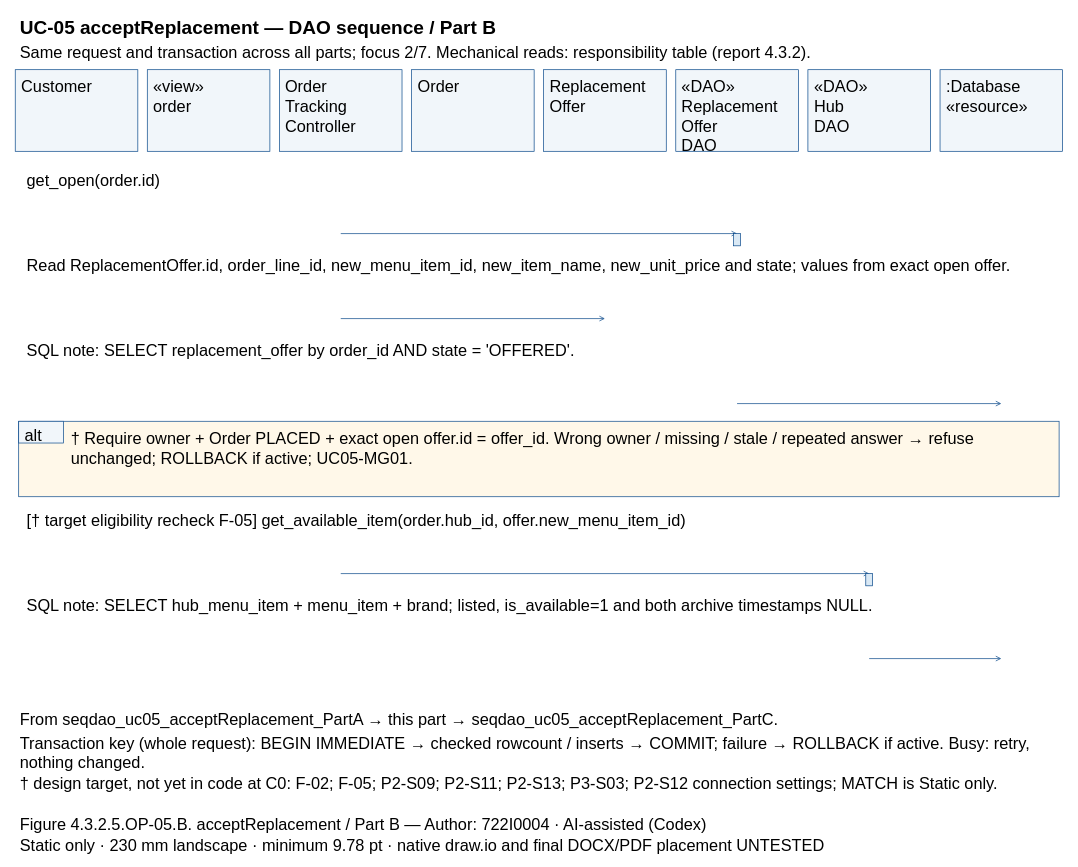
Before: models/UC-05/seqdao_uc05_acceptReplacement_PartB.drawio in Dat071104/SaigonBite, a draw.io diagram. Source tidied: cells renumbered, new cells numbered last; positions are measured from the earlier drawing's top-left corner, leaving out a move shared by most shapes. Both pictures are drawn from the tidied source at 68%, with x=0, y=0 at pixel (15, 12).
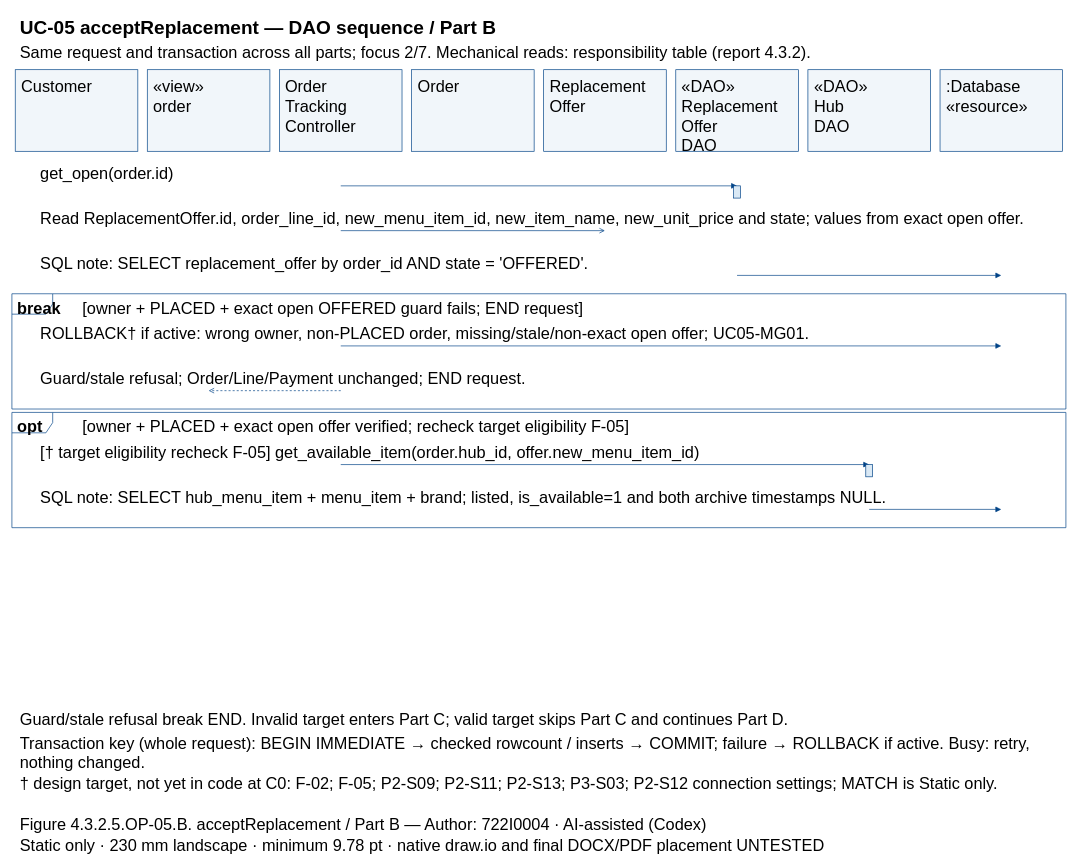
The same page after the edit.

The edit, as a diff of the source:
```diff
@@
+    <mxCell id="51" style="shape=umlFrame;fillColor=none;strokeColor=#004387;" parent="1" vertex="1">
+      <mxGeometry x="-5" y="414.5" width="1550" height="169.5" as="geometry" />
+    </mxCell>
+    <mxCell id="52" style="shape=umlFrame;fillColor=none;strokeColor=#004387;" parent="1" vertex="1">
+      <mxGeometry x="-5" y="589" width="1550" height="169.5" as="geometry" />
+    </mxCell>
@@
-    <mxCell id="5" value="Customer" style="text;html=0;whiteSpace=wrap;align=left;verticalAlign=top;strokeColor=none;fillColor=none;fontFamily=Arial;fontSize=24;fontStyle=0;" parent="1" vertex="1">
-      <mxGeometry x="6.9" y="90" width="166.3" height="27.8" as="geometry" />
-    </mxCell>
+    <mxCell id="7" value="Customer" style="text;html=0;whiteSpace=wrap;align=left;verticalAlign=top;strokeColor=none;fillColor=none;fontFamily=Arial;fontSize=24;fontStyle=0;" parent="1" vertex="1">
+      <mxGeometry x="6.9" y="90" width="166.3" height="27.8" as="geometry" />
+    </mxCell>
@@
-    <mxCell id="7" value="«view»&#10;order" style="text;html=0;whiteSpace=wrap;align=left;verticalAlign=top;strokeColor=none;fillColor=none;fontFamily=Arial;fontSize=24;fontStyle=0;" parent="1" vertex="1">
-      <mxGeometry x="201.1" y="90" width="166.3" height="55.7" as="geometry" />
-    </mxCell>
+    <mxCell id="9" value="«view»&#10;order" style="text;html=0;whiteSpace=wrap;align=left;verticalAlign=top;strokeColor=none;fillColor=none;fontFamily=Arial;fontSize=24;fontStyle=0;" parent="1" vertex="1">
+      <mxGeometry x="201.1" y="90" width="166.3" height="55.7" as="geometry" />
+    </mxCell>
@@
-    <mxCell id="9" value="Order&#10;Tracking&#10;Controller" style="text;html=0;whiteSpace=wrap;align=left;verticalAlign=top;strokeColor=none;fillColor=none;fontFamily=Arial;fontSize=24;fontStyle=0;" parent="1" vertex="1">
-      <mxGeometry x="395.4" y="90" width="166.3" height="83.5" as="geometry" />
-    </mxCell>
+    <mxCell id="11" value="Order&#10;Tracking&#10;Controller" style="text;html=0;whiteSpace=wrap;align=left;verticalAlign=top;strokeColor=none;fillColor=none;fontFamily=Arial;fontSize=24;fontStyle=0;" parent="1" vertex="1">
+      <mxGeometry x="395.4" y="90" width="166.3" height="83.5" as="geometry" />
+    </mxCell>
@@
-    <mxCell id="11" value="Order" style="text;html=0;whiteSpace=wrap;align=left;verticalAlign=top;strokeColor=none;fillColor=none;fontFamily=Arial;fontSize=24;fontStyle=0;" parent="1" vertex="1">
-      <mxGeometry x="589.7" y="90" width="166.3" height="27.8" as="geometry" />
-    </mxCell>
+    <mxCell id="13" value="Order" style="text;html=0;whiteSpace=wrap;align=left;verticalAlign=top;strokeColor=none;fillColor=none;fontFamily=Arial;fontSize=24;fontStyle=0;" parent="1" vertex="1">
+      <mxGeometry x="589.7" y="90" width="166.3" height="27.8" as="geometry" />
+    </mxCell>
@@
-    <mxCell id="13" value="Replacement&#10;Offer" style="text;html=0;whiteSpace=wrap;align=left;verticalAlign=top;strokeColor=none;fillColor=none;fontFamily=Arial;fontSize=24;fontStyle=0;" parent="1" vertex="1">
-      <mxGeometry x="784" y="90" width="166.3" height="55.7" as="geometry" />
-    </mxCell>
+    <mxCell id="15" value="Replacement&#10;Offer" style="text;html=0;whiteSpace=wrap;align=left;verticalAlign=top;strokeColor=none;fillColor=none;fontFamily=Arial;fontSize=24;fontStyle=0;" parent="1" vertex="1">
+      <mxGeometry x="784" y="90" width="166.3" height="55.7" as="geometry" />
+    </mxCell>
@@
-    <mxCell id="15" value="«DAO»&#10;Replacement&#10;Offer&#10;DAO" style="text;html=0;whiteSpace=wrap;align=left;verticalAlign=top;strokeColor=none;fillColor=none;fontFamily=Arial;fontSize=24;fontStyle=0;" parent="1" vertex="1">
-      <mxGeometry x="978.3" y="90" width="166.3" height="111.4" as="geometry" />
-    </mxCell>
+    <mxCell id="17" value="«DAO»&#10;Replacement&#10;Offer&#10;DAO" style="text;html=0;whiteSpace=wrap;align=left;verticalAlign=top;strokeColor=none;fillColor=none;fontFamily=Arial;fontSize=24;fontStyle=0;" parent="1" vertex="1">
+      <mxGeometry x="978.3" y="90" width="166.3" height="111.4" as="geometry" />
+    </mxCell>
@@
-    <mxCell id="17" value="«DAO»&#10;Hub&#10;DAO" style="text;html=0;whiteSpace=wrap;align=left;verticalAlign=top;strokeColor=none;fillColor=none;fontFamily=Arial;fontSize=24;fontStyle=0;" parent="1" vertex="1">
-      <mxGeometry x="1172.6" y="90" width="166.3" height="83.5" as="geometry" />
-    </mxCell>
+    <mxCell id="19" value="«DAO»&#10;Hub&#10;DAO" style="text;html=0;whiteSpace=wrap;align=left;verticalAlign=top;strokeColor=none;fillColor=none;fontFamily=Arial;fontSize=24;fontStyle=0;" parent="1" vertex="1">
+      <mxGeometry x="1172.6" y="90" width="166.3" height="83.5" as="geometry" />
+    </mxCell>
@@
-    <mxCell id="19" value=":Database&#10;«resource»" style="text;html=0;whiteSpace=wrap;align=left;verticalAlign=top;strokeColor=none;fillColor=none;fontFamily=Arial;fontSize=24;fontStyle=0;" parent="1" vertex="1">
-      <mxGeometry x="1366.9" y="90" width="166.3" height="55.7" as="geometry" />
-    </mxCell>
+    <mxCell id="53" value=":Database&#10;«resource»" style="text;html=0;whiteSpace=wrap;align=left;verticalAlign=top;strokeColor=none;fillColor=none;fontFamily=Arial;fontSize=24;fontStyle=0;" parent="1" vertex="1">
+      <mxGeometry x="1366.9" y="90" width="166.3" height="55.7" as="geometry" />
+    </mxCell>
+    <mxCell id="54" value="break" style="text;html=0;whiteSpace=wrap;align=left;verticalAlign=top;strokeColor=none;fillColor=none;fontFamily=Arial;fontSize=24;fontStyle=1;" parent="1" vertex="1">
+      <mxGeometry x="1" y="415.5" width="84" height="27.8" as="geometry" />
+    </mxCell>
+    <mxCell id="55" value="[owner + PLACED + exact open OFFERED guard fails; END request]" style="text;html=0;whiteSpace=wrap;align=left;verticalAlign=top;strokeColor=none;fillColor=none;fontFamily=Arial;fontSize=24;fontStyle=0;" parent="1" vertex="1">
+      <mxGeometry x="97" y="415.5" width="1438" height="27.8" as="geometry" />
+    </mxCell>
+    <mxCell id="56" value="opt" style="text;html=0;whiteSpace=wrap;align=left;verticalAlign=top;strokeColor=none;fillColor=none;fontFamily=Arial;fontSize=24;fontStyle=1;" parent="1" vertex="1">
+      <mxGeometry x="1" y="590" width="84" height="27.8" as="geometry" />
+    </mxCell>
+    <mxCell id="57" value="[owner + PLACED + exact open offer verified; recheck target eligibility F-05]" style="text;html=0;whiteSpace=wrap;align=left;verticalAlign=top;strokeColor=none;fillColor=none;fontFamily=Arial;fontSize=24;fontStyle=0;" parent="1" vertex="1">
+      <mxGeometry x="97" y="590" width="1438" height="27.8" as="geometry" />
+    </mxCell>
     <mxCell id="20" value="get_open(order.id)" style="text;html=0;whiteSpace=wrap;align=left;verticalAlign=top;strokeColor=none;fillColor=none;fontFamily=Arial;fontSize=24;fontStyle=0;" parent="1" vertex="1">
-      <mxGeometry x="15" y="227" width="1510" height="27.8" as="geometry" />
+      <mxGeometry x="35" y="217" width="1470" height="27.8" as="geometry" />
     </mxCell>
     <mxCell id="21" style="opacity=0;" parent="1" vertex="1">
-      <mxGeometry x="478.6" y="326" as="geometry" />
+      <mxGeometry x="478.6" y="255.8" as="geometry" />
     </mxCell>
     <mxCell id="22" style="opacity=0;" parent="1" vertex="1">
-      <mxGeometry x="1061.4" y="326" as="geometry" />
+      <mxGeometry x="1061.4" y="255.8" as="geometry" />
     </mxCell>
-    <mxCell id="23" style="edgeStyle=none;endArrow=open;strokeColor=#004387;exitX=0.5;entryX=0.5;exitPerimeter=0;entryPerimeter=0;" parent="1" edge="1" source="21" target="22">
+    <mxCell id="23" style="edgeStyle=none;endArrow=block;endFill=1;strokeColor=#004387;exitX=0.5;entryX=0.5;exitPerimeter=0;entryPerimeter=0;" parent="1" edge="1" source="21" target="22">
       <mxGeometry relative="1" as="geometry" />
     </mxCell>
-    <mxCell id="24" style="fillColor=#DAE9F5;strokeColor=#004387;" parent="1" vertex="1">
-      <mxGeometry x="1056.4" y="326" width="10" height="18" as="geometry" />
-    </mxCell>
-    <mxCell id="25" value="Read ReplacementOffer.id, order_line_id, new_menu_item_id, new_item_name, new_unit_price and state; values from exact open offer." style="text;html=0;whiteSpace=wrap;align=left;verticalAlign=top;strokeColor=none;fillColor=none;fontFamily=Arial;fontSize=24;fontStyle=0;" parent="1" vertex="1">
-      <mxGeometry x="15" y="352" width="1510" height="27.8" as="geometry" />
-    </mxCell>
+    <mxCell id="34" style="fillColor=#DAE9F5;strokeColor=#004387;" parent="1" vertex="1">
+      <mxGeometry x="1056.4" y="255.8" width="10" height="18" as="geometry" />
+    </mxCell>
+    <mxCell id="35" value="Read ReplacementOffer.id, order_line_id, new_menu_item_id, new_item_name, new_unit_price and state; values from exact open offer." style="text;html=0;whiteSpace=wrap;align=left;verticalAlign=top;strokeColor=none;fillColor=none;fontFamily=Arial;fontSize=24;fontStyle=0;" parent="1" vertex="1">
+      <mxGeometry x="35" y="282.8" width="1470" height="27.8" as="geometry" />
+    </mxCell>
     <mxCell id="26" style="opacity=0;" parent="1" vertex="1">
-      <mxGeometry x="478.6" y="451" as="geometry" />
+      <mxGeometry x="478.6" y="321.7" as="geometry" />
     </mxCell>
     <mxCell id="27" style="opacity=0;" parent="1" vertex="1">
-      <mxGeometry x="867.1" y="451" as="geometry" />
+      <mxGeometry x="867.1" y="321.7" as="geometry" />
     </mxCell>
-    <mxCell id="28" style="edgeStyle=none;endArrow=open;strokeColor=#004387;exitX=0.5;entryX=0.5;exitPerimeter=0;entryPerimeter=0;" parent="1" edge="1" source="26" target="27">
+    <mxCell id="28" style="edgeStyle=none;endArrow=open;endFill=0;strokeColor=#004387;exitX=0.5;entryX=0.5;exitPerimeter=0;entryPerimeter=0;" parent="1" edge="1" source="26" target="27">
       <mxGeometry relative="1" as="geometry" />
     </mxCell>
-    <mxCell id="29" value="SQL note: SELECT replacement_offer by order_id AND state = 'OFFERED'." style="text;html=0;whiteSpace=wrap;align=left;verticalAlign=top;strokeColor=none;fillColor=none;fontFamily=Arial;fontSize=24;fontStyle=0;" parent="1" vertex="1">
-      <mxGeometry x="15" y="477" width="1510" height="27.8" as="geometry" />
-    </mxCell>
+    <mxCell id="37" value="SQL note: SELECT replacement_offer by order_id AND state = 'OFFERED'." style="text;html=0;whiteSpace=wrap;align=left;verticalAlign=top;strokeColor=none;fillColor=none;fontFamily=Arial;fontSize=24;fontStyle=0;" parent="1" vertex="1">
+      <mxGeometry x="35" y="348.7" width="1470" height="27.8" as="geometry" />
+    </mxCell>
     <mxCell id="30" style="opacity=0;" parent="1" vertex="1">
-      <mxGeometry x="1061.4" y="576" as="geometry" />
+      <mxGeometry x="1061.4" y="387.5" as="geometry" />
     </mxCell>
     <mxCell id="31" style="opacity=0;" parent="1" vertex="1">
-      <mxGeometry x="1450" y="576" as="geometry" />
+      <mxGeometry x="1450" y="387.5" as="geometry" />
     </mxCell>
-    <mxCell id="32" style="edgeStyle=none;endArrow=open;strokeColor=#004387;exitX=0.5;entryX=0.5;exitPerimeter=0;entryPerimeter=0;" parent="1" edge="1" source="30" target="31">
+    <mxCell id="32" style="edgeStyle=none;endArrow=block;endFill=1;strokeColor=#004387;exitX=0.5;entryX=0.5;exitPerimeter=0;entryPerimeter=0;" parent="1" edge="1" source="30" target="31">
       <mxGeometry relative="1" as="geometry" />
     </mxCell>
-    <mxCell id="33" style="fillColor=#FFF8E9;strokeColor=#004387;" parent="1" vertex="1">
-      <mxGeometry x="5" y="602" width="1530" height="111" as="geometry" />
-    </mxCell>
-    <mxCell id="34" style="fillColor=#F1F6FA;strokeColor=#004387;" parent="1" vertex="1">
-      <mxGeometry x="5" y="602" width="66" height="32" as="geometry" />
-    </mxCell>
-    <mxCell id="35" value="alt" style="text;html=0;whiteSpace=wrap;align=left;verticalAlign=top;strokeColor=none;fillColor=none;fontFamily=Arial;fontSize=24;fontStyle=0;" parent="1" vertex="1">
-      <mxGeometry x="12" y="602" width="56" height="27.8" as="geometry" />
-    </mxCell>
-    <mxCell id="36" value="† Require owner + Order PLACED + exact open offer.id = offer_id. Wrong owner / missing / stale / repeated answer → refuse&#10;unchanged; ROLLBACK if active; UC05-MG01." style="text;html=0;whiteSpace=wrap;align=left;verticalAlign=top;strokeColor=none;fillColor=none;fontFamily=Arial;fontSize=24;fontStyle=0;" parent="1" vertex="1">
-      <mxGeometry x="80" y="607" width="1440" height="55.7" as="geometry" />
-    </mxCell>
-    <mxCell id="37" value="[† target eligibility recheck F-05] get_available_item(order.hub_id, offer.new_menu_item_id)" style="text;html=0;whiteSpace=wrap;align=left;verticalAlign=top;strokeColor=none;fillColor=none;fontFamily=Arial;fontSize=24;fontStyle=0;" parent="1" vertex="1">
-      <mxGeometry x="15" y="727" width="1510" height="27.8" as="geometry" />
-    </mxCell>
+    <mxCell id="58" value="ROLLBACK† if active: wrong owner, non-PLACED order, missing/stale/non-exact open offer; UC05-MG01." style="text;html=0;whiteSpace=wrap;align=left;verticalAlign=top;strokeColor=none;fillColor=none;fontFamily=Arial;fontSize=24;fontStyle=0;" parent="1" vertex="1">
+      <mxGeometry x="35" y="452.4" width="1470" height="27.8" as="geometry" />
+    </mxCell>
+    <mxCell id="59" style="opacity=0;" parent="1" vertex="1">
+      <mxGeometry x="478.6" y="491.2" as="geometry" />
+    </mxCell>
+    <mxCell id="60" style="opacity=0;" parent="1" vertex="1">
+      <mxGeometry x="1450" y="491.2" as="geometry" />
+    </mxCell>
+    <mxCell id="61" style="edgeStyle=none;endArrow=block;endFill=1;strokeColor=#004387;exitX=0.5;entryX=0.5;exitPerimeter=0;entryPerimeter=0;" parent="1" edge="1" source="59" target="60">
+      <mxGeometry relative="1" as="geometry" />
+    </mxCell>
+    <mxCell id="62" value="Guard/stale refusal; Order/Line/Payment unchanged; END request." style="text;html=0;whiteSpace=wrap;align=left;verticalAlign=top;strokeColor=none;fillColor=none;fontFamily=Arial;fontSize=24;fontStyle=0;" parent="1" vertex="1">
+      <mxGeometry x="35" y="518.2" width="1470" height="27.8" as="geometry" />
+    </mxCell>
     <mxCell id="38" style="opacity=0;" parent="1" vertex="1">
-      <mxGeometry x="478.6" y="826" as="geometry" />
+      <mxGeometry x="478.6" y="557" as="geometry" />
     </mxCell>
     <mxCell id="39" style="opacity=0;" parent="1" vertex="1">
-      <mxGeometry x="1255.7" y="826" as="geometry" />
+      <mxGeometry x="284.3" y="557" as="geometry" />
     </mxCell>
-    <mxCell id="40" style="edgeStyle=none;endArrow=open;strokeColor=#004387;exitX=0.5;entryX=0.5;exitPerimeter=0;entryPerimeter=0;" parent="1" edge="1" source="38" target="39">
+    <mxCell id="40" style="edgeStyle=none;endArrow=open;endFill=0;strokeColor=#004387;dashed=1;exitX=0.5;entryX=0.5;exitPerimeter=0;entryPerimeter=0;" parent="1" edge="1" source="38" target="39">
       <mxGeometry relative="1" as="geometry" />
     </mxCell>
-    <mxCell id="41" style="fillColor=#DAE9F5;strokeColor=#004387;" parent="1" vertex="1">
-      <mxGeometry x="1250.7" y="826" width="10" height="18" as="geometry" />
-    </mxCell>
-    <mxCell id="42" value="SQL note: SELECT hub_menu_item + menu_item + brand; listed, is_available=1 and both archive timestamps NULL." style="text;html=0;whiteSpace=wrap;align=left;verticalAlign=top;strokeColor=none;fillColor=none;fontFamily=Arial;fontSize=24;fontStyle=0;" parent="1" vertex="1">
-      <mxGeometry x="15" y="852" width="1510" height="27.8" as="geometry" />
-    </mxCell>
+    <mxCell id="47" value="[† target eligibility recheck F-05] get_available_item(order.hub_id, offer.new_menu_item_id)" style="text;html=0;whiteSpace=wrap;align=left;verticalAlign=top;strokeColor=none;fillColor=none;fontFamily=Arial;fontSize=24;fontStyle=0;" parent="1" vertex="1">
+      <mxGeometry x="35" y="626.9" width="1470" height="27.8" as="geometry" />
+    </mxCell>
     <mxCell id="43" style="opacity=0;" parent="1" vertex="1">
-      <mxGeometry x="1255.7" y="951" as="geometry" />
+      <mxGeometry x="478.6" y="665.7" as="geometry" />
     </mxCell>
     <mxCell id="44" style="opacity=0;" parent="1" vertex="1">
-      <mxGeometry x="1450" y="951" as="geometry" />
+      <mxGeometry x="1255.7" y="665.7" as="geometry" />
     </mxCell>
-    <mxCell id="45" style="edgeStyle=none;endArrow=open;strokeColor=#004387;exitX=0.5;entryX=0.5;exitPerimeter=0;entryPerimeter=0;" parent="1" edge="1" source="43" target="44">
+    <mxCell id="45" style="edgeStyle=none;endArrow=block;endFill=1;strokeColor=#004387;exitX=0.5;entryX=0.5;exitPerimeter=0;entryPerimeter=0;" parent="1" edge="1" source="43" target="44">
       <mxGeometry relative="1" as="geometry" />
     </mxCell>
-    <mxCell id="46" value="From seqdao_uc05_acceptReplacement_PartA → this part → seqdao_uc05_acceptReplacement_PartC." style="text;html=0;whiteSpace=wrap;align=left;verticalAlign=top;strokeColor=none;fillColor=none;fontFamily=Arial;fontSize=24;fontStyle=0;" parent="1" vertex="1">
-      <mxGeometry x="5" y="1020" width="1530" height="27.8" as="geometry" />
-    </mxCell>
-    <mxCell id="47" value="Transaction key (whole request): BEGIN IMMEDIATE → checked rowcount / inserts → COMMIT; failure → ROLLBACK if active. Busy: retry,&#10;nothing changed." style="text;html=0;whiteSpace=wrap;align=left;verticalAlign=top;strokeColor=none;fillColor=none;fontFamily=Arial;fontSize=24;fontStyle=0;" parent="1" vertex="1">
-      <mxGeometry x="5" y="1055" width="1530" height="55.7" as="geometry" />
-    </mxCell>
+    <mxCell id="63" style="fillColor=#DAE9F5;strokeColor=#004387;" parent="1" vertex="1">
+      <mxGeometry x="1250.7" y="665.7" width="10" height="18" as="geometry" />
+    </mxCell>
+    <mxCell id="50" value="SQL note: SELECT hub_menu_item + menu_item + brand; listed, is_available=1 and both archive timestamps NULL." style="text;html=0;whiteSpace=wrap;align=left;verticalAlign=top;strokeColor=none;fillColor=none;fontFamily=Arial;fontSize=24;fontStyle=0;" parent="1" vertex="1">
+      <mxGeometry x="35" y="692.7" width="1470" height="27.8" as="geometry" />
+    </mxCell>
+    <mxCell id="64" style="opacity=0;" parent="1" vertex="1">
+      <mxGeometry x="1255.7" y="731.6" as="geometry" />
+    </mxCell>
+    <mxCell id="65" style="opacity=0;" parent="1" vertex="1">
+      <mxGeometry x="1450" y="731.6" as="geometry" />
+    </mxCell>
+    <mxCell id="66" style="edgeStyle=none;endArrow=block;endFill=1;strokeColor=#004387;exitX=0.5;entryX=0.5;exitPerimeter=0;entryPerimeter=0;" parent="1" edge="1" source="64" target="65">
+      <mxGeometry relative="1" as="geometry" />
+    </mxCell>
+    <mxCell id="67" value="Guard/stale refusal break END. Invalid target enters Part C; valid target skips Part C and continues Part D." style="text;html=0;whiteSpace=wrap;align=left;verticalAlign=top;strokeColor=none;fillColor=none;fontFamily=Arial;fontSize=24;fontStyle=0;" parent="1" vertex="1">
+      <mxGeometry x="5" y="1020" width="1530" height="27.8" as="geometry" />
+    </mxCell>
+    <mxCell id="68" value="Transaction key (whole request): BEGIN IMMEDIATE → checked rowcount / inserts → COMMIT; failure → ROLLBACK if active. Busy: retry,&#10;nothing changed." style="text;html=0;whiteSpace=wrap;align=left;verticalAlign=top;strokeColor=none;fillColor=none;fontFamily=Arial;fontSize=24;fontStyle=0;" parent="1" vertex="1">
+      <mxGeometry x="5" y="1055" width="1530" height="55.7" as="geometry" />
+    </mxCell>
@@
-    <mxCell id="50" value="Static only · 230 mm landscape · minimum 9.78 pt · native draw.io and final DOCX/PDF placement UNTESTED" style="text;html=0;whiteSpace=wrap;align=left;verticalAlign=top;strokeColor=none;fillColor=none;fontFamily=Arial;fontSize=24;fontStyle=0;" parent="1" vertex="1">
-      <mxGeometry x="5" y="1205" width="1530" height="27.8" as="geometry" />
-    </mxCell>
+    <mxCell id="69" value="Static only · 230 mm landscape · minimum 9.78 pt · native draw.io and final DOCX/PDF placement UNTESTED" style="text;html=0;whiteSpace=wrap;align=left;verticalAlign=top;strokeColor=none;fillColor=none;fontFamily=Arial;fontSize=24;fontStyle=0;" parent="1" vertex="1">
+      <mxGeometry x="5" y="1205" width="1530" height="27.8" as="geometry" />
+    </mxCell>
```
